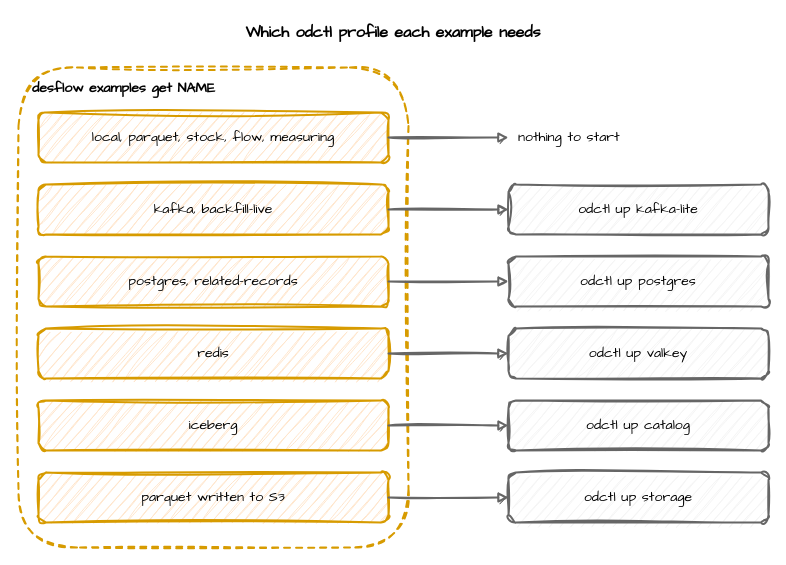
Above: docs/assets/diagrams/example-infrastructure.drawio in jaehyeon-kim/desflow (draw.io), before the change. Source tidied: cells renumbered, new cells numbered last; positions are measured from the earlier drawing's top-left corner, leaving out a move shared by most shapes. Both pictures are drawn from the tidied source at 100%, with x=0, y=0 at pixel (18, 17).
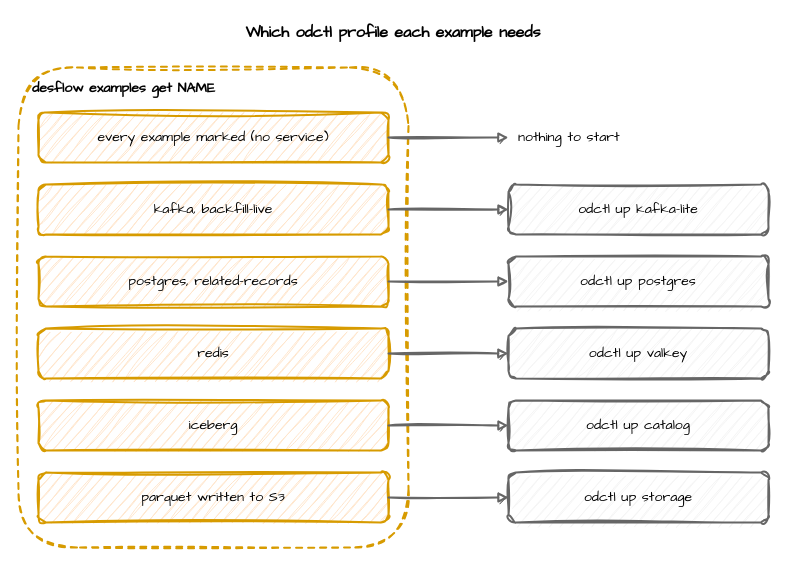
Above is the later version.

Change to the diagram source:
```diff
@@
-    <mxCell id="4" value="local, parquet, stock, flow, measuring" style="rounded=1;whiteSpace=wrap;html=1;sketch=1;curveFitting=1;jiggle=2;fontFamily=Comic Sans MS;fontSize=14;fillColor=#ffe6cc;strokeColor=#d79b00;strokeWidth=2;" parent="1" vertex="1">
+    <mxCell id="4" value="every example marked (no service)" style="rounded=1;whiteSpace=wrap;html=1;sketch=1;curveFitting=1;jiggle=2;fontFamily=Comic Sans MS;fontSize=14;fillColor=#ffe6cc;strokeColor=#d79b00;strokeWidth=2;" parent="1" vertex="1">
       <mxGeometry x="20" y="95" width="350" height="50" as="geometry" />
     </mxCell>
```
